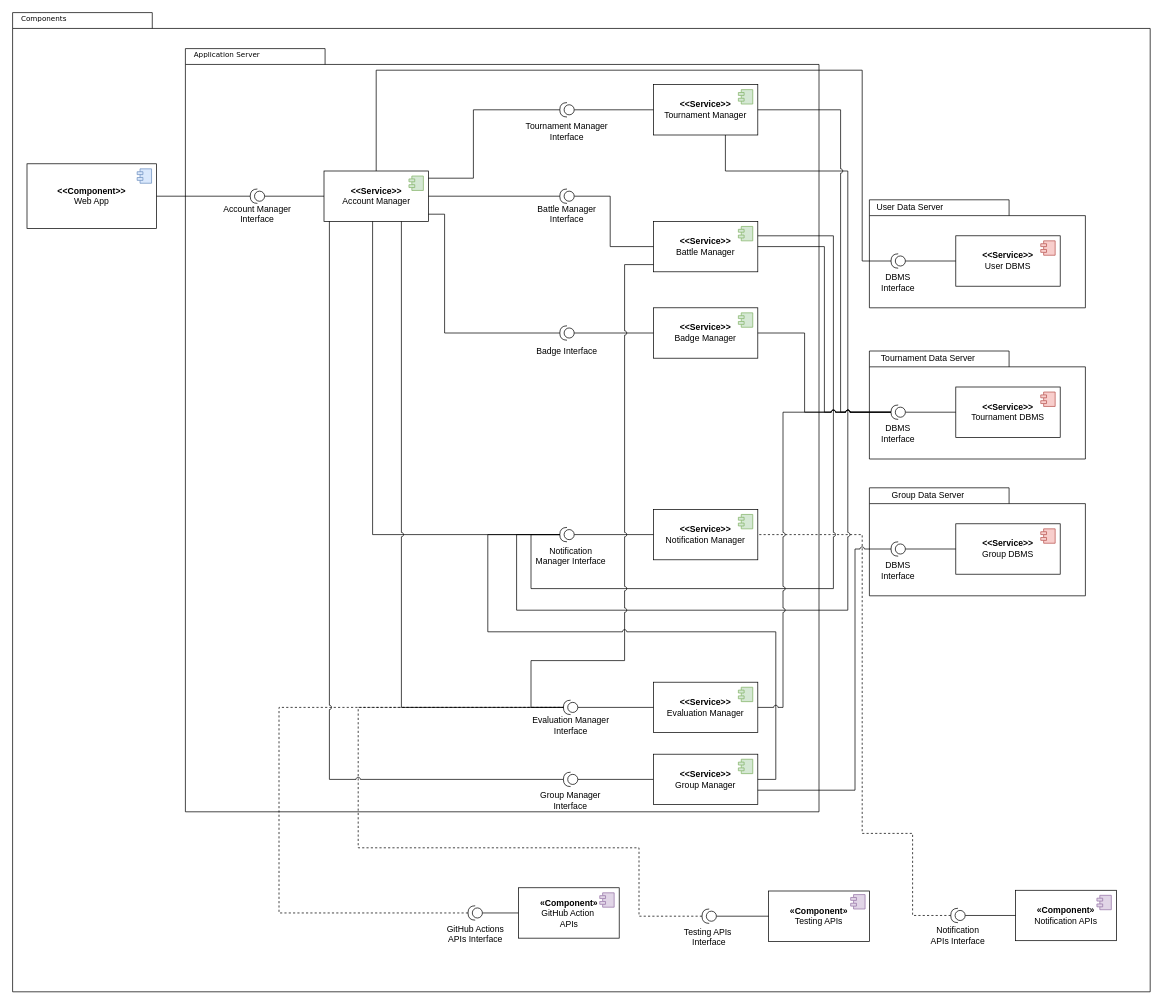
Above: DDwip/ExtraFiles/ComponentView.drawio in francescospangaro/SpangaroTosettiRiccardi (draw.io), before the change. Source tidied: cells renumbered, new cells numbered last; positions are measured from the earlier drawing's top-left corner, leaving out a move shared by most shapes. Both pictures are drawn from the tidied source at 72%, with x=0, y=0 at pixel (12, 12).
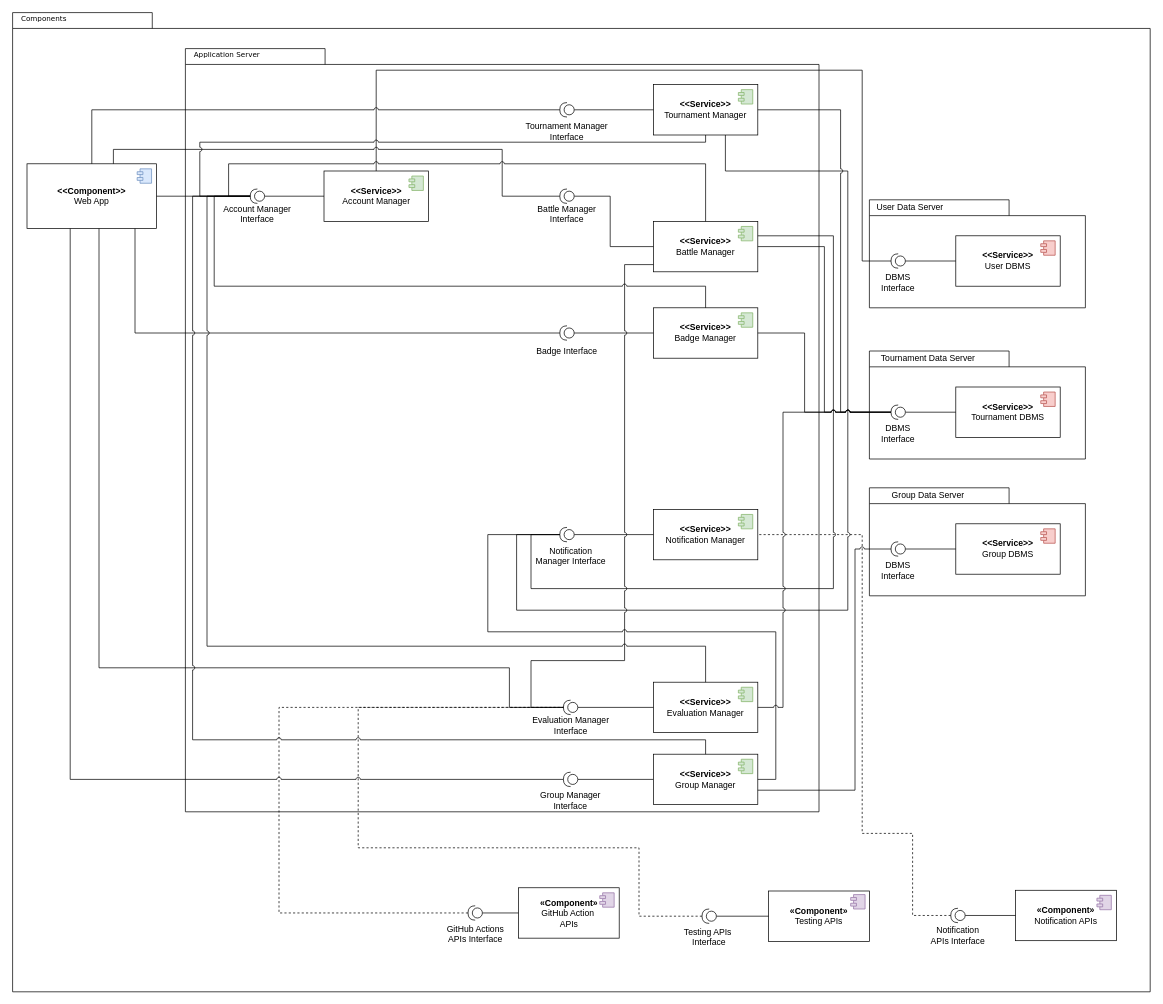
The same page after the edit.

Commit message (it also covers changes not shown here):
Changed component diagram

The change refers to these unchanged cells:
```xml
<mxCell id="4" value="&lt;div&gt;&lt;b&gt;&amp;lt;&amp;lt;Component&amp;gt;&amp;gt;&lt;/b&gt;&lt;/div&gt;&lt;div&gt;Web App&lt;br&gt;&lt;/div&gt;" style="html=1;whiteSpace=wrap;" parent="1" vertex="1">
  <mxGeometry x="20" y="210" width="180" height="90" as="geometry" />
</mxCell>
<mxCell id="8" value="&lt;div&gt;&lt;b&gt;&amp;lt;&amp;lt;Service&amp;gt;&amp;gt;&lt;/b&gt;&lt;/div&gt;&lt;div&gt;Account Manager&lt;br&gt;&lt;/div&gt;" style="html=1;whiteSpace=wrap;" parent="1" vertex="1">
  <mxGeometry x="432.5" y="220" width="145" height="70" as="geometry" />
</mxCell>
<mxCell id="17" style="shape=providedRequiredInterface;html=1;verticalLabelPosition=bottom;sketch=0;rotation=-180;" parent="1" vertex="1">
  <mxGeometry x="330" y="245" width="20" height="20" as="geometry" />
</mxCell>
<mxCell id="20" value="&lt;div&gt;&lt;b&gt;&amp;lt;&amp;lt;Service&amp;gt;&amp;gt;&lt;/b&gt;&lt;/div&gt;&lt;div&gt;Tournament Manager&lt;br&gt;&lt;/div&gt;" style="html=1;whiteSpace=wrap;" parent="1" vertex="1">
  <mxGeometry x="890" y="100" width="145" height="70" as="geometry" />
</mxCell>
<mxCell id="22" value="&lt;div&gt;&lt;b&gt;&amp;lt;&amp;lt;Service&amp;gt;&amp;gt;&lt;/b&gt;&lt;/div&gt;&lt;div&gt;Battle Manager&lt;br&gt;&lt;/div&gt;" style="html=1;whiteSpace=wrap;" parent="1" vertex="1">
  <mxGeometry x="890" y="290" width="145" height="70" as="geometry" />
</mxCell>
<mxCell id="24" value="&lt;div&gt;&lt;b&gt;&amp;lt;&amp;lt;Service&amp;gt;&amp;gt;&lt;/b&gt;&lt;/div&gt;&lt;div&gt;Badge Manager&lt;br&gt;&lt;/div&gt;" style="html=1;whiteSpace=wrap;" parent="1" vertex="1">
  <mxGeometry x="890" y="410" width="145" height="70" as="geometry" />
</mxCell>
<mxCell id="27" style="shape=providedRequiredInterface;html=1;verticalLabelPosition=bottom;sketch=0;rotation=-180;" parent="1" vertex="1">
  <mxGeometry x="760" y="125" width="20" height="20" as="geometry" />
</mxCell>
<mxCell id="29" style="shape=providedRequiredInterface;html=1;verticalLabelPosition=bottom;sketch=0;rotation=-180;" parent="1" vertex="1">
  <mxGeometry x="760" y="245" width="20" height="20" as="geometry" />
</mxCell>
<mxCell id="31" style="shape=providedRequiredInterface;html=1;verticalLabelPosition=bottom;sketch=0;rotation=-180;" parent="1" vertex="1">
  <mxGeometry x="760" y="435" width="20" height="20" as="geometry" />
</mxCell>
<mxCell id="53" style="shape=providedRequiredInterface;html=1;verticalLabelPosition=bottom;sketch=0;rotation=-180;" parent="1" vertex="1">
  <mxGeometry x="760" y="715" width="20" height="20" as="geometry" />
</mxCell>
<mxCell id="64" value="&lt;div&gt;&lt;b&gt;&amp;lt;&amp;lt;Service&amp;gt;&amp;gt;&lt;/b&gt;&lt;/div&gt;Evaluation Manager" style="html=1;whiteSpace=wrap;" parent="1" vertex="1">
  <mxGeometry x="890" y="930" width="145" height="70" as="geometry" />
</mxCell>
<mxCell id="68" style="shape=providedRequiredInterface;html=1;verticalLabelPosition=bottom;sketch=0;rotation=-180;" parent="1" vertex="1">
  <mxGeometry x="765" y="955" width="20" height="20" as="geometry" />
</mxCell>
<mxCell id="74" value="&lt;div&gt;&lt;b&gt;&amp;lt;&amp;lt;Service&amp;gt;&amp;gt;&lt;/b&gt;&lt;/div&gt;Group Manager" style="html=1;whiteSpace=wrap;" parent="1" vertex="1">
  <mxGeometry x="890" y="1030" width="145" height="70" as="geometry" />
</mxCell>
<mxCell id="76" style="shape=providedRequiredInterface;html=1;verticalLabelPosition=bottom;sketch=0;rotation=-180;" parent="1" vertex="1">
  <mxGeometry x="765" y="1055" width="20" height="20" as="geometry" />
</mxCell>
```

The edit, as a diff of the source:
```diff
@@
-    <mxCell id="35" style="edgeStyle=orthogonalEdgeStyle;rounded=0;jettySize=auto;html=1;entryX=1;entryY=0.5;entryDx=0;entryDy=0;entryPerimeter=0;endArrow=none;endFill=0;jumpStyle=arc;" parent="1" edge="1" source="8" target="27">
-      <mxGeometry relative="1" as="geometry">
-        <Array as="points">
-          <mxPoint x="640" y="230" />
-          <mxPoint x="640" y="135" />
-        </Array>
-      </mxGeometry>
-    </mxCell>
-    <mxCell id="36" style="edgeStyle=orthogonalEdgeStyle;rounded=0;jettySize=auto;html=1;entryX=1;entryY=0.5;entryDx=0;entryDy=0;entryPerimeter=0;endArrow=none;endFill=0;jumpStyle=arc;" parent="1" edge="1" source="8" target="29">
-      <mxGeometry relative="1" as="geometry">
-        <Array as="points">
-          <mxPoint x="610" y="255" />
-          <mxPoint x="610" y="255" />
-        </Array>
-      </mxGeometry>
-    </mxCell>
-    <mxCell id="37" style="edgeStyle=orthogonalEdgeStyle;rounded=0;jettySize=auto;html=1;entryX=1;entryY=0.5;entryDx=0;entryDy=0;entryPerimeter=0;endArrow=none;endFill=0;jumpStyle=arc;" parent="1" edge="1" source="8" target="31">
-      <mxGeometry relative="1" as="geometry">
-        <Array as="points">
-          <mxPoint x="600" y="280" />
-          <mxPoint x="600" y="445" />
-        </Array>
-      </mxGeometry>
-    </mxCell>
@@
-    <mxCell id="61" style="edgeStyle=orthogonalEdgeStyle;rounded=0;jettySize=auto;html=1;entryX=1;entryY=0.5;entryDx=0;entryDy=0;entryPerimeter=0;endArrow=none;endFill=0;jumpStyle=arc;" parent="1" edge="1" source="8" target="53">
-      <mxGeometry relative="1" as="geometry">
-        <Array as="points">
-          <mxPoint x="500" y="725" />
-        </Array>
-      </mxGeometry>
-    </mxCell>
@@
-    <mxCell id="67" style="edgeStyle=orthogonalEdgeStyle;rounded=0;jettySize=auto;html=1;jumpStyle=arc;endArrow=none;endFill=0;" parent="1" edge="1" source="68" target="8">
-      <mxGeometry relative="1" as="geometry">
-        <Array as="points">
-          <mxPoint x="540" y="965" />
-        </Array>
-      </mxGeometry>
-    </mxCell>
@@
-    <mxCell id="79" style="edgeStyle=orthogonalEdgeStyle;rounded=0;jettySize=auto;html=1;entryX=1;entryY=0.5;entryDx=0;entryDy=0;entryPerimeter=0;jumpStyle=arc;endArrow=none;endFill=0;" parent="1" edge="1" source="8" target="76">
-      <mxGeometry relative="1" as="geometry">
-        <Array as="points">
-          <mxPoint x="440" y="1065" />
-        </Array>
-      </mxGeometry>
-    </mxCell>
@@
+    <mxCell id="100" style="edgeStyle=orthogonalEdgeStyle;rounded=0;jettySize=auto;html=1;entryX=1;entryY=0.5;entryDx=0;entryDy=0;entryPerimeter=0;endArrow=none;endFill=0;jumpStyle=arc;" parent="1" edge="1" source="4" target="27">
+      <mxGeometry relative="1" as="geometry">
+        <Array as="points">
+          <mxPoint x="110" y="135" />
+        </Array>
+      </mxGeometry>
+    </mxCell>
+    <mxCell id="101" style="edgeStyle=orthogonalEdgeStyle;rounded=0;jettySize=auto;html=1;entryX=1;entryY=0.5;entryDx=0;entryDy=0;entryPerimeter=0;endArrow=none;endFill=0;jumpStyle=arc;" parent="1" edge="1" source="4" target="29">
+      <mxGeometry relative="1" as="geometry">
+        <Array as="points">
+          <mxPoint x="140" y="190" />
+          <mxPoint x="680" y="190" />
+          <mxPoint x="680" y="255" />
+        </Array>
+      </mxGeometry>
+    </mxCell>
+    <mxCell id="102" style="edgeStyle=orthogonalEdgeStyle;rounded=0;jettySize=auto;html=1;entryX=1;entryY=0.5;entryDx=0;entryDy=0;entryPerimeter=0;endArrow=none;endFill=0;jumpStyle=arc;" parent="1" edge="1" source="4" target="31">
+      <mxGeometry relative="1" as="geometry">
+        <Array as="points">
+          <mxPoint x="170" y="445" />
+        </Array>
+      </mxGeometry>
+    </mxCell>
+    <mxCell id="103" style="edgeStyle=orthogonalEdgeStyle;rounded=0;jettySize=auto;html=1;entryX=1;entryY=0.5;entryDx=0;entryDy=0;entryPerimeter=0;endArrow=none;endFill=0;jumpStyle=arc;" parent="1" edge="1" source="4" target="68">
+      <mxGeometry relative="1" as="geometry">
+        <Array as="points">
+          <mxPoint x="120" y="910" />
+          <mxPoint x="690" y="910" />
+          <mxPoint x="690" y="965" />
+        </Array>
+      </mxGeometry>
+    </mxCell>
+    <mxCell id="104" style="edgeStyle=orthogonalEdgeStyle;rounded=0;jettySize=auto;html=1;entryX=1;entryY=0.5;entryDx=0;entryDy=0;entryPerimeter=0;jumpStyle=arc;endArrow=none;endFill=0;" parent="1" edge="1" source="4" target="76">
+      <mxGeometry relative="1" as="geometry">
+        <Array as="points">
+          <mxPoint x="80" y="1065" />
+        </Array>
+      </mxGeometry>
+    </mxCell>
+    <mxCell id="105" style="edgeStyle=orthogonalEdgeStyle;rounded=0;jettySize=auto;html=1;entryX=1;entryY=0.5;entryDx=0;entryDy=0;entryPerimeter=0;endArrow=none;endFill=0;jumpStyle=arc;" parent="1" edge="1" source="24" target="17">
+      <mxGeometry relative="1" as="geometry">
+        <Array as="points">
+          <mxPoint x="963" y="380" />
+          <mxPoint x="280" y="380" />
+          <mxPoint x="280" y="255" />
+        </Array>
+      </mxGeometry>
+    </mxCell>
+    <mxCell id="106" style="edgeStyle=orthogonalEdgeStyle;rounded=0;jettySize=auto;html=1;entryX=1;entryY=0.5;entryDx=0;entryDy=0;entryPerimeter=0;endArrow=none;endFill=0;jumpStyle=arc;" parent="1" edge="1" source="22" target="17">
+      <mxGeometry relative="1" as="geometry">
+        <Array as="points">
+          <mxPoint x="963" y="210" />
+          <mxPoint x="300" y="210" />
+          <mxPoint x="300" y="255" />
+        </Array>
+      </mxGeometry>
+    </mxCell>
+    <mxCell id="107" style="edgeStyle=orthogonalEdgeStyle;rounded=0;jettySize=auto;html=1;entryX=1;entryY=0.5;entryDx=0;entryDy=0;entryPerimeter=0;endArrow=none;endFill=0;jumpStyle=arc;" parent="1" edge="1" source="20" target="17">
+      <mxGeometry relative="1" as="geometry">
+        <Array as="points">
+          <mxPoint x="963" y="180" />
+          <mxPoint x="260" y="180" />
+          <mxPoint x="260" y="255" />
+        </Array>
+      </mxGeometry>
+    </mxCell>
+    <mxCell id="108" style="edgeStyle=orthogonalEdgeStyle;rounded=0;jettySize=auto;html=1;entryX=1;entryY=0.5;entryDx=0;entryDy=0;entryPerimeter=0;jumpStyle=arc;endArrow=none;endFill=0;" parent="1" edge="1" source="64" target="17">
+      <mxGeometry relative="1" as="geometry">
+        <Array as="points">
+          <mxPoint x="963" y="880" />
+          <mxPoint x="270" y="880" />
+          <mxPoint x="270" y="255" />
+        </Array>
+      </mxGeometry>
+    </mxCell>
+    <mxCell id="109" style="edgeStyle=orthogonalEdgeStyle;rounded=0;jettySize=auto;html=1;entryX=1;entryY=0.5;entryDx=0;entryDy=0;entryPerimeter=0;jumpStyle=arc;endArrow=none;endFill=0;" parent="1" edge="1" source="74" target="17">
+      <mxGeometry relative="1" as="geometry">
+        <Array as="points">
+          <mxPoint x="963" y="1010" />
+          <mxPoint x="250" y="1010" />
+          <mxPoint x="250" y="255" />
+        </Array>
+      </mxGeometry>
+    </mxCell>
```
